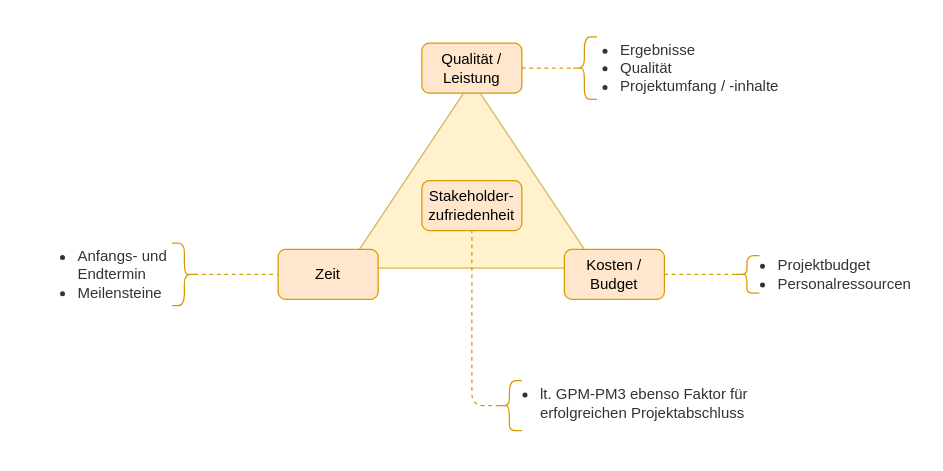
The draw.io diagram src/main/resources/magisches_dreieck_001.drawio in algoristic/dewey, before the edit. Source tidied: cells renumbered, new cells numbered last; positions are measured from the earlier drawing's top-left corner, leaving out a move shared by most shapes. Both pictures are drawn from the tidied source at 125%, with x=0, y=0 at pixel (21, 20).
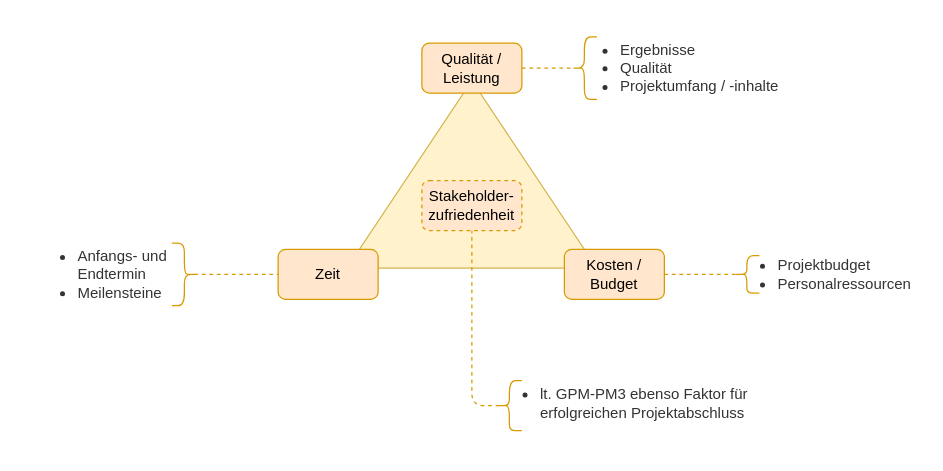
The same diagram, later.

What changed in the source:
```diff
@@
-    <mxCell id="4" value="Stakeholder-&lt;br&gt;zufriedenheit" style="text;html=1;strokeColor=#d79b00;fillColor=#ffe6cc;align=center;verticalAlign=middle;whiteSpace=wrap;rounded=1;" parent="1" vertex="1">
+    <mxCell id="4" value="Stakeholder-&lt;br&gt;zufriedenheit" style="text;html=1;strokeColor=#d79b00;fillColor=#ffe6cc;align=center;verticalAlign=middle;whiteSpace=wrap;rounded=1;dashed=1;" parent="1" vertex="1">
       <mxGeometry x="320" y="128" width="80" height="40" as="geometry" />
     </mxCell>
```
